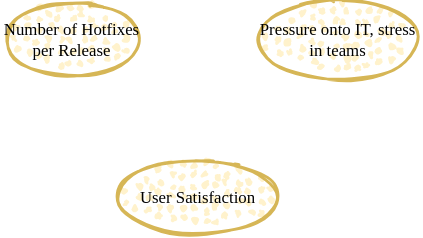
Above: src/slides/drawings/cld.exercise.1.drawio.svg in thomykay/devspace-systemsthinking (draw.io), before the change. Source tidied: cells renumbered, new cells last; positions are measured from the earlier drawing's top-left corner, leaving out a move shared by most shapes.
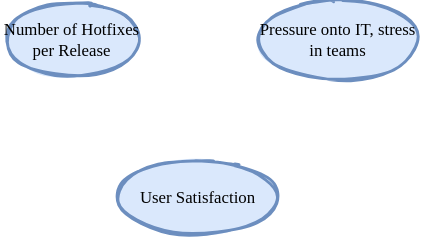
The same file after the commit.

Diff of the diagram source:
```diff
@@ -2,13 +2,13 @@
   <root>
     <mxCell id="0" />
     <mxCell id="1" parent="0" />
-    <mxCell id="2" value="&lt;font color=&quot;#000000&quot;&gt;Pressure onto IT, stress in teams&lt;/font&gt;" style="ellipse;whiteSpace=wrap;html=1;strokeWidth=2;fillWeight=2;hachureGap=8;fillStyle=dots;sketch=1;fontFamily=Comic Sans MS;fillColor=#fff2cc;strokeColor=#d6b656;" parent="1" vertex="1">
+    <mxCell id="2" value="&lt;font color=&quot;#000000&quot;&gt;Pressure onto IT, stress in teams&lt;/font&gt;" style="ellipse;whiteSpace=wrap;html=1;strokeWidth=2;fillWeight=2;hachureGap=8;fillStyle=solid;sketch=1;fontFamily=Comic Sans MS;fillColor=#dae8fc;strokeColor=#6c8ebf;" parent="1" vertex="1">
       <mxGeometry x="180" y="-0.5" width="120" height="55" as="geometry" />
     </mxCell>
-    <mxCell id="3" value="&lt;font color=&quot;#000000&quot;&gt;Number of Hotfixes per Release&lt;/font&gt;" style="ellipse;whiteSpace=wrap;html=1;strokeWidth=2;fillWeight=2;hachureGap=8;fillStyle=dots;sketch=1;fontFamily=Comic Sans MS;fillColor=#fff2cc;strokeColor=#d6b656;" parent="1" vertex="1">
+    <mxCell id="3" value="&lt;font color=&quot;#000000&quot;&gt;Number of Hotfixes per Release&lt;/font&gt;" style="ellipse;whiteSpace=wrap;html=1;strokeWidth=2;fillWeight=2;hachureGap=8;fillStyle=solid;sketch=1;fontFamily=Comic Sans MS;fillColor=#dae8fc;strokeColor=#6c8ebf;" parent="1" vertex="1">
       <mxGeometry y="2" width="100" height="50" as="geometry" />
     </mxCell>
-    <mxCell id="4" value="&lt;font color=&quot;#000000&quot;&gt;User Satisfaction&lt;/font&gt;" style="ellipse;whiteSpace=wrap;html=1;strokeWidth=2;fillWeight=2;hachureGap=8;fillStyle=dots;sketch=1;fontFamily=Comic Sans MS;fillColor=#fff2cc;strokeColor=#d6b656;" parent="1" vertex="1">
+    <mxCell id="4" value="&lt;font color=&quot;#000000&quot;&gt;User Satisfaction&lt;/font&gt;" style="ellipse;whiteSpace=wrap;html=1;strokeWidth=2;fillWeight=2;hachureGap=8;fillStyle=solid;sketch=1;fontFamily=Comic Sans MS;fillColor=#dae8fc;strokeColor=#6c8ebf;" parent="1" vertex="1">
       <mxGeometry x="80" y="112" width="120" height="55" as="geometry" />
     </mxCell>
   </root>
```
